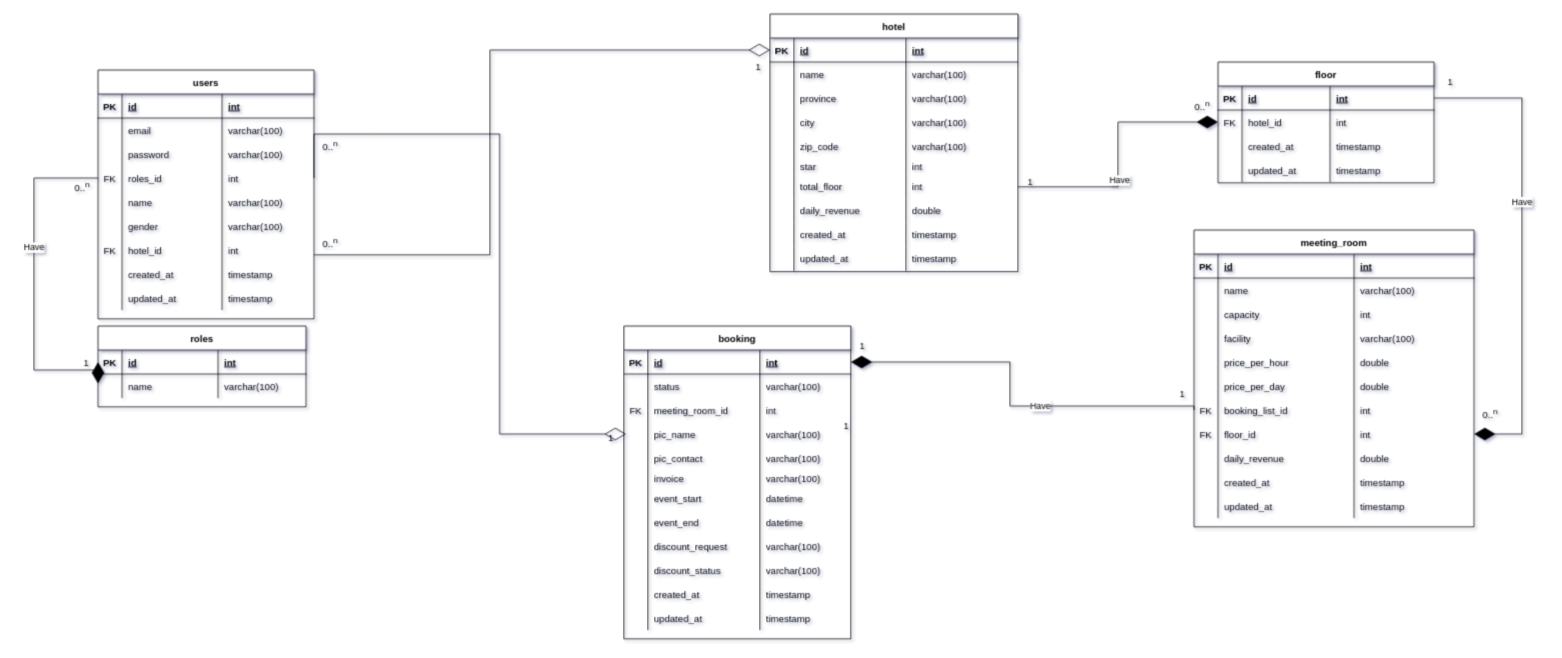
This is page "NEW ERD Master" (4 of 5) of entity_relationship_diagram/Booking_hotel.drawio from ariejanuarb/hotel_booking, a draw.io file, before an edit. Source tidied: cells renumbered, new cells numbered last; positions are measured from the earlier drawing's top-left corner, leaving out a move shared by most shapes. Both pictures are drawn from the tidied source at 80%, with x=0, y=0 at pixel (34, 14).
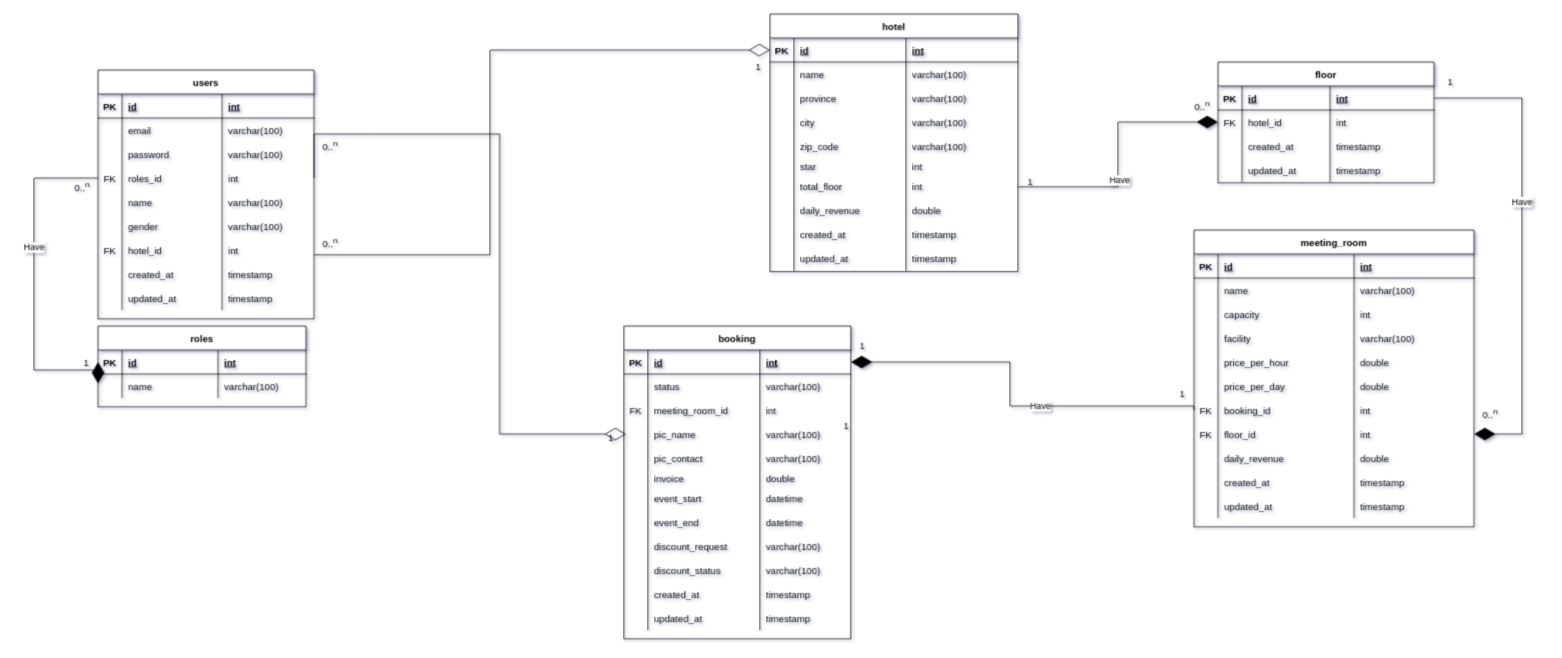
The same page after the edit.

Unchanged cells that the change refers to:
```xml
<mxCell id="90" style="shape=partialRectangle;fillColor=none;points=[[0,0.5],[1,0.5]];portConstraint=eastwest;top=0;left=0;right=0;bottom=0;" parent="65" vertex="1">
  <mxGeometry y="210" width="350" height="30" as="geometry" />
</mxCell>
<mxCell id="185" style="shape=partialRectangle;fillColor=none;top=0;left=0;right=0;bottom=0;" parent="164" vertex="1">
  <mxGeometry y="180" width="283.6" height="20" as="geometry" />
</mxCell>
```

Diff of the diagram source:
```diff
@@
-    <mxCell id="92" value="booking_list_id" style="shape=partialRectangle;overflow=hidden;fillColor=none;top=0;left=0;bottom=0;right=0;align=left;spacingLeft=6;" parent="90" vertex="1">
+    <mxCell id="92" value="booking_id" style="shape=partialRectangle;overflow=hidden;fillColor=none;top=0;left=0;bottom=0;right=0;align=left;spacingLeft=6;" parent="90" vertex="1">
       <mxGeometry x="30" width="170" height="30" as="geometry" />
     </mxCell>
@@
-    <mxCell id="188" value="varchar(100)" style="shape=partialRectangle;overflow=hidden;fillColor=none;top=0;left=0;bottom=0;right=0;align=left;spacingLeft=6;" parent="185" vertex="1">
+    <mxCell id="188" value="double" style="shape=partialRectangle;overflow=hidden;fillColor=none;top=0;left=0;bottom=0;right=0;align=left;spacingLeft=6;" parent="185" vertex="1">
       <mxGeometry x="170" width="113.6" height="20" as="geometry" />
     </mxCell>
```
